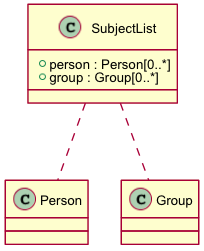
Before: source/apis/images/class_SubjectList.png, a diagram exported from PlantUML (datadavev/DataONE_architecture). Its diagram source:
```plantuml
@startuml images/class_SubjectList.png
skinparam activityFontColor black
skinparam activityFontSize 10
skinparam activityFontName arial
skinparam activityArrowFontColor black
skinparam activityArrowFontSize 10
skinparam activityArrowFontName arial
skinparam classArrowFontColor black
skinparam classArrowFontSize 10
skinparam classArrowFontName arial
skinparam classAttributeFontColor black
skinparam classAttributeFontSize 10
skinparam classAttributeFontName arial
skinparam classFontColor black
skinparam classFontSize 10
skinparam classFontName arial
skinparam componentFontColor black
skinparam componentFontSize 10
skinparam componentFontName arial
skinparam componentArrowFontColor black
skinparam componentArrowFontSize 10
skinparam componentArrowFontName arial
skinparam noteFontColor black
skinparam noteFontSize 10
skinparam noteFontName arial
skinparam packageFontColor black
skinparam packageFontSize 10
skinparam packageFontName arial
skinparam sequenceActorFontColor black
skinparam sequenceActorFontSize 10
skinparam sequenceActorFontName arial
skinparam sequenceArrowFontColor black
skinparam sequenceArrowFontSize 10
skinparam sequenceArrowFontName arial
skinparam sequenceGroupingFontColor black
skinparam sequenceGroupingFontSize 10
skinparam sequenceGroupingFontName arial
skinparam sequenceGroupingHeaderFontColor black
skinparam sequenceGroupingHeaderFontSize 10
skinparam sequenceGroupingHeaderFontName arial
skinparam sequenceParticipantFontColor black
skinparam sequenceParticipantFontSize 10
skinparam sequenceParticipantFontName arial
skinparam sequenceTitleFontColor black
skinparam sequenceTitleFontSize 10
skinparam sequenceTitleFontName arial
skinparam titleFontColor black
skinparam titleFontSize 10
skinparam titleFontName arial
skinparam usecaseFontColor black
skinparam usecaseFontSize 7
skinparam usecaseFontName arial
skinparam usecaseActorFontColor black
skinparam usecaseActorFontSize 7
skinparam usecaseActorFontName arial
skinparam usecaseArrowFontColor black
skinparam usecaseArrowFontSize 7
skinparam usecaseArrowFontName arial

class SubjectList {
  + person : Person[0..*]
  + group : Group[0..*]
}
SubjectList .. Person
SubjectList .. Group

@enduml
```
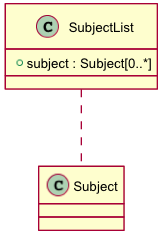
The same diagram one commit later.

What changed in the source:
```diff
@@ -58,10 +58,8 @@
 skinparam usecaseArrowFontName arial
 
 class SubjectList {
-  + person : Person[0..*]
-  + group : Group[0..*]
+  + subject : Subject[0..*]
 }
-SubjectList .. Person
-SubjectList .. Group
+SubjectList .. Subject
 
 @enduml
```
